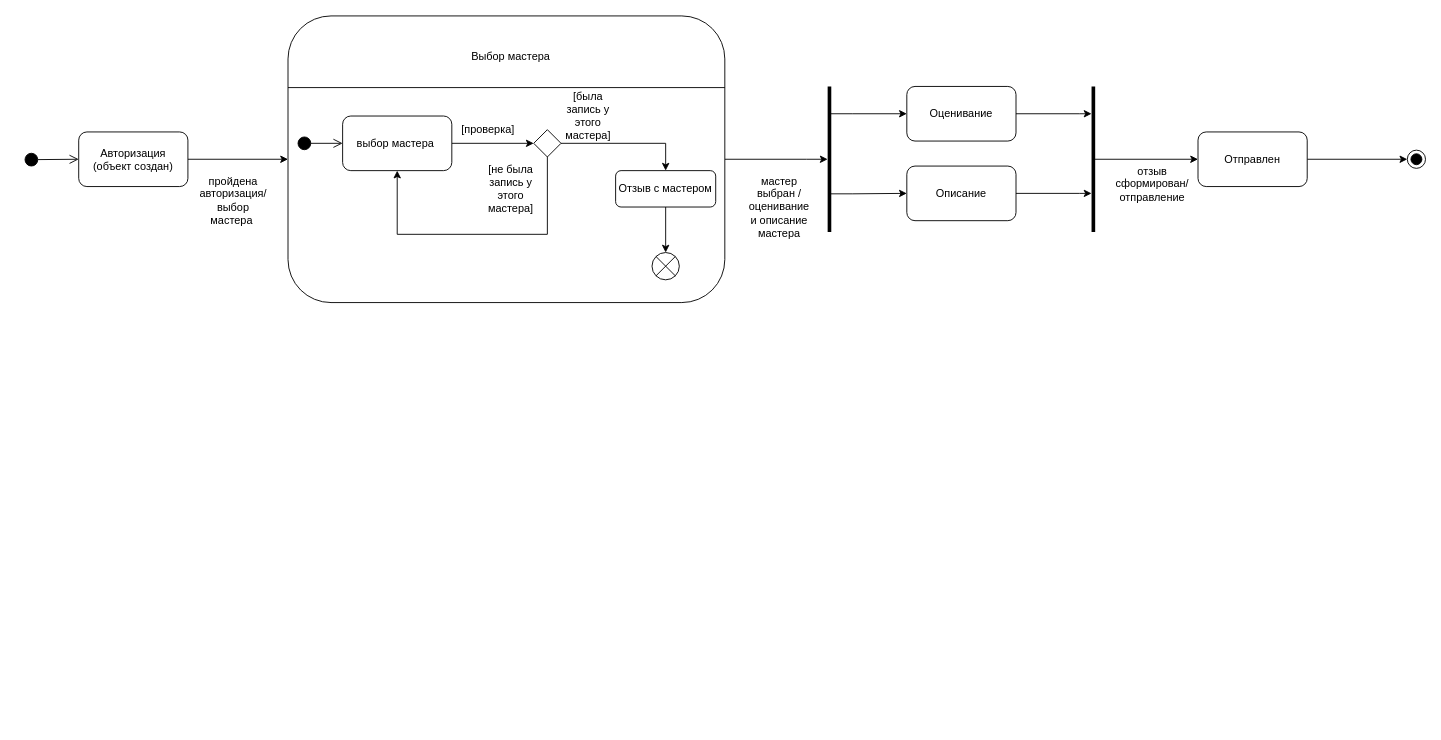
The draw.io diagram Диаграмма_состояний.drawio in Artvell3000/umlLab2, before the edit. Source tidied: cells renumbered, new cells numbered last; positions are measured from the earlier drawing's top-left corner, leaving out a move shared by most shapes. Both pictures are drawn from the tidied source at 91%, with x=0, y=0 at pixel (24, 15).
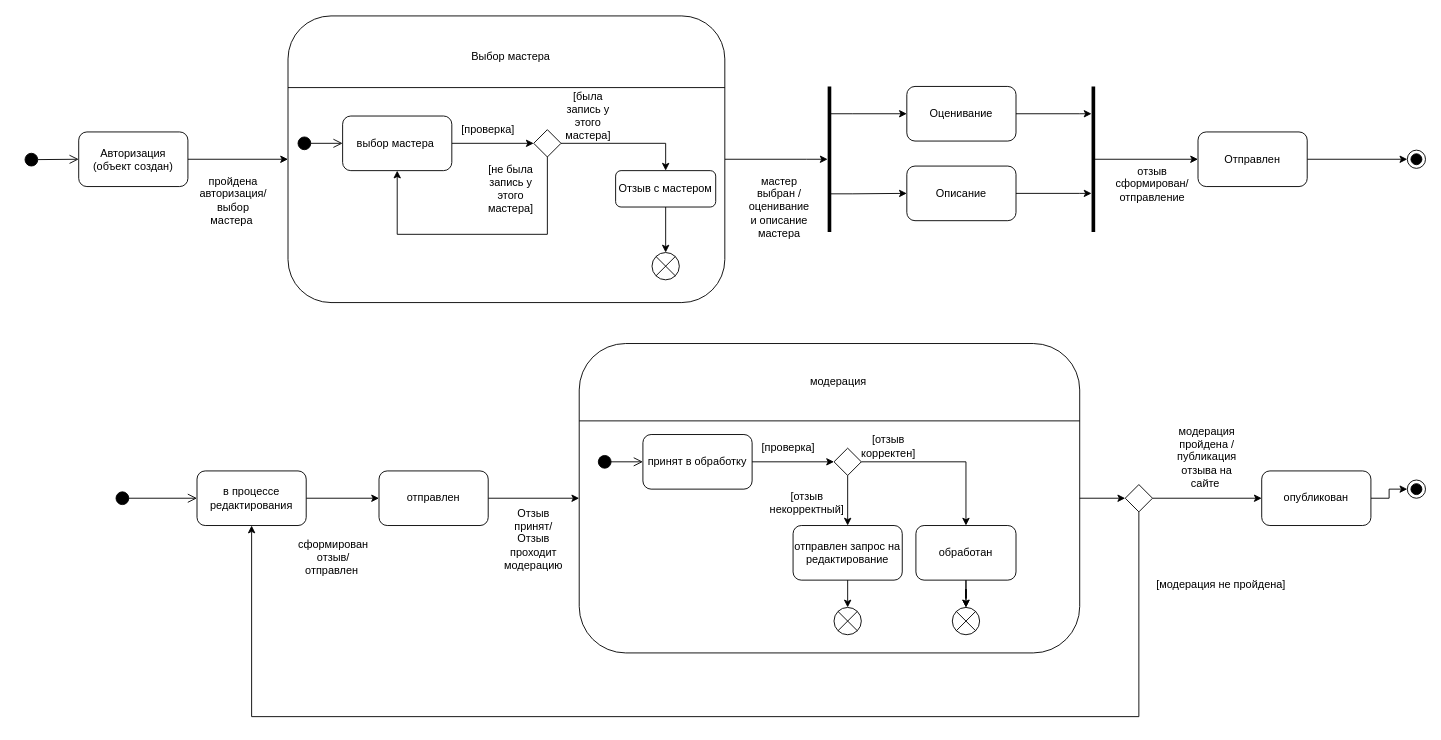
After the change.

What changed in the source:
```diff
@@
+    <mxCell id="36" style="html=1;verticalAlign=bottom;startArrow=circle;startFill=1;endArrow=open;startSize=6;endSize=8;curved=0;rounded=0;entryX=0;entryY=0.5;entryDx=0;entryDy=0;" parent="1" edge="1" target="44">
+      <mxGeometry relative="1" as="geometry">
+        <mxPoint x="100" y="530" as="sourcePoint" />
+      </mxGeometry>
+    </mxCell>
+    <mxCell id="37" style="ellipse;html=1;shape=endState;fillColor=#000000;strokeColor=#000000;" parent="1" vertex="1">
+      <mxGeometry x="1520" y="510" width="20" height="20" as="geometry" />
+    </mxCell>
+    <mxCell id="38" style="edgeStyle=orthogonalEdgeStyle;rounded=0;jettySize=auto;html=1;entryX=0;entryY=0.5;entryDx=0;entryDy=0;exitX=1;exitY=0.5;exitDx=0;exitDy=0;" parent="1" edge="1" source="70" target="42">
+      <mxGeometry relative="1" as="geometry" />
+    </mxCell>
+    <mxCell id="39" style="edgeStyle=orthogonalEdgeStyle;rounded=0;jettySize=auto;html=1;entryX=0;entryY=0.5;entryDx=0;entryDy=0;" parent="1" edge="1" source="40" target="49">
+      <mxGeometry relative="1" as="geometry" />
+    </mxCell>
+    <mxCell id="40" value="отправлен" style="rounded=1;whiteSpace=wrap;html=1;" parent="1" vertex="1">
+      <mxGeometry x="390" y="500" width="120" height="60" as="geometry" />
+    </mxCell>
+    <mxCell id="41" style="edgeStyle=orthogonalEdgeStyle;rounded=0;jettySize=auto;html=1;entryX=0;entryY=0.5;entryDx=0;entryDy=0;" parent="1" edge="1" source="42" target="37">
+      <mxGeometry relative="1" as="geometry" />
+    </mxCell>
+    <mxCell id="42" value="опубликован" style="rounded=1;whiteSpace=wrap;html=1;" parent="1" vertex="1">
+      <mxGeometry x="1360" y="500" width="120" height="60" as="geometry" />
+    </mxCell>
+    <mxCell id="43" style="edgeStyle=orthogonalEdgeStyle;rounded=0;jettySize=auto;html=1;entryX=0;entryY=0.5;entryDx=0;entryDy=0;" parent="1" edge="1" source="44" target="40">
+      <mxGeometry relative="1" as="geometry" />
+    </mxCell>
+    <mxCell id="44" value="в процессе редактирования" style="rounded=1;whiteSpace=wrap;html=1;" parent="1" vertex="1">
+      <mxGeometry x="190" y="500" width="120" height="60" as="geometry" />
+    </mxCell>
+    <mxCell id="45" value="сформирован отзыв/ отправлен&amp;nbsp;" style="text;html=1;strokeColor=none;fillColor=none;align=center;verticalAlign=middle;whiteSpace=wrap;rounded=0;" parent="1" vertex="1">
+      <mxGeometry x="310" y="580" width="60" height="30" as="geometry" />
+    </mxCell>
+    <mxCell id="46" value="Отзыв принят/ Отзыв проходит модерацию" style="text;html=1;strokeColor=none;fillColor=none;align=center;verticalAlign=middle;whiteSpace=wrap;rounded=0;" parent="1" vertex="1">
+      <mxGeometry x="530" y="560" width="60" height="30" as="geometry" />
+    </mxCell>
+    <mxCell id="47" value="модерация пройдена / публикация отзыва на сайте&amp;nbsp;" style="text;html=1;strokeColor=none;fillColor=none;align=center;verticalAlign=middle;whiteSpace=wrap;rounded=0;" parent="1" vertex="1">
+      <mxGeometry x="1270" y="470" width="60" height="30" as="geometry" />
+    </mxCell>
+    <mxCell id="48" style="group;" parent="1" vertex="1">
+      <mxGeometry x="610" y="360" width="550" height="340" as="geometry" />
+    </mxCell>
+    <mxCell id="49" style="rounded=1;whiteSpace=wrap;html=1;" parent="48" vertex="1">
+      <mxGeometry width="550" height="340" as="geometry" />
+    </mxCell>
+    <mxCell id="50" style="endArrow=none;html=1;rounded=0;exitX=0;exitY=0.25;exitDx=0;exitDy=0;entryX=1;entryY=0.25;entryDx=0;entryDy=0;" parent="48" edge="1" source="49" target="49">
+      <mxGeometry relative="1" as="geometry" />
+    </mxCell>
+    <mxCell id="51" value="модерация" style="text;html=1;strokeColor=none;fillColor=none;align=center;verticalAlign=middle;whiteSpace=wrap;rounded=0;" parent="48" vertex="1">
+      <mxGeometry x="220" y="27" width="130" height="30" as="geometry" />
+    </mxCell>
+    <mxCell id="52" value="принят в обработку" style="rounded=1;whiteSpace=wrap;html=1;" parent="48" vertex="1">
+      <mxGeometry x="70" y="100" width="120" height="60" as="geometry" />
+    </mxCell>
+    <mxCell id="53" style="html=1;verticalAlign=bottom;startArrow=circle;startFill=1;endArrow=open;startSize=6;endSize=8;curved=0;rounded=0;entryX=0;entryY=0.5;entryDx=0;entryDy=0;" parent="48" edge="1" target="52">
+      <mxGeometry relative="1" as="geometry">
+        <mxPoint x="20" y="130" as="sourcePoint" />
+      </mxGeometry>
+    </mxCell>
+    <mxCell id="54" style="rhombus;whiteSpace=wrap;html=1;" parent="48" vertex="1">
+      <mxGeometry x="280" y="115" width="30" height="30" as="geometry" />
+    </mxCell>
+    <mxCell id="55" style="edgeStyle=orthogonalEdgeStyle;rounded=0;jettySize=auto;html=1;entryX=0;entryY=0.5;entryDx=0;entryDy=0;" parent="48" edge="1" source="52" target="54">
+      <mxGeometry relative="1" as="geometry" />
+    </mxCell>
+    <mxCell id="56" style="verticalLabelPosition=bottom;verticalAlign=top;html=1;shape=mxgraph.flowchart.or;" parent="48" vertex="1">
+      <mxGeometry x="410" y="290" width="30" height="30" as="geometry" />
+    </mxCell>
+    <mxCell id="57" style="edgeStyle=orthogonalEdgeStyle;rounded=0;jettySize=auto;html=1;entryX=0.5;entryY=0;entryDx=0;entryDy=0;" parent="48" edge="1" source="54" target="61">
+      <mxGeometry relative="1" as="geometry" />
+    </mxCell>
+    <mxCell id="58" value="[проверка]" style="text;html=1;strokeColor=none;fillColor=none;align=center;verticalAlign=middle;whiteSpace=wrap;rounded=0;" parent="48" vertex="1">
+      <mxGeometry x="200" y="100" width="60" height="30" as="geometry" />
+    </mxCell>
+    <mxCell id="59" value="[отзыв корректен]" style="text;html=1;strokeColor=none;fillColor=none;align=center;verticalAlign=middle;whiteSpace=wrap;rounded=0;" parent="48" vertex="1">
+      <mxGeometry x="310" y="95" width="60" height="35" as="geometry" />
+    </mxCell>
+    <mxCell id="60" style="edgeStyle=orthogonalEdgeStyle;rounded=0;jettySize=auto;html=1;" parent="48" edge="1" source="61" target="56">
+      <mxGeometry relative="1" as="geometry" />
+    </mxCell>
+    <mxCell id="61" value="обработан" style="rounded=1;whiteSpace=wrap;html=1;" parent="48" vertex="1">
+      <mxGeometry x="370" y="200" width="110" height="60" as="geometry" />
+    </mxCell>
+    <mxCell id="62" style="edgeStyle=orthogonalEdgeStyle;rounded=0;jettySize=auto;html=1;entryX=0.5;entryY=0;entryDx=0;entryDy=0;entryPerimeter=0;" parent="48" edge="1" source="61" target="56">
+      <mxGeometry relative="1" as="geometry" />
+    </mxCell>
+    <mxCell id="63" value="[отзыв некорректный]" style="text;html=1;strokeColor=none;fillColor=none;align=center;verticalAlign=middle;whiteSpace=wrap;rounded=0;" parent="48" vertex="1">
+      <mxGeometry x="217.5" y="160" width="65" height="30" as="geometry" />
+    </mxCell>
+    <mxCell id="64" value="отправлен запрос на редактирование" style="rounded=1;whiteSpace=wrap;html=1;" parent="48" vertex="1">
+      <mxGeometry x="235" y="200" width="120" height="60" as="geometry" />
+    </mxCell>
+    <mxCell id="65" style="edgeStyle=orthogonalEdgeStyle;rounded=0;jettySize=auto;html=1;exitX=0.5;exitY=1;exitDx=0;exitDy=0;entryX=0.5;entryY=0;entryDx=0;entryDy=0;" parent="48" edge="1" source="54" target="64">
+      <mxGeometry relative="1" as="geometry" />
+    </mxCell>
+    <mxCell id="66" style="verticalLabelPosition=bottom;verticalAlign=top;html=1;shape=mxgraph.flowchart.or;" parent="48" vertex="1">
+      <mxGeometry x="280" y="290" width="30" height="30" as="geometry" />
+    </mxCell>
+    <mxCell id="67" style="edgeStyle=orthogonalEdgeStyle;rounded=0;jettySize=auto;html=1;exitX=0.5;exitY=1;exitDx=0;exitDy=0;entryX=0.5;entryY=0;entryDx=0;entryDy=0;entryPerimeter=0;" parent="48" edge="1" source="64" target="66">
+      <mxGeometry relative="1" as="geometry" />
+    </mxCell>
+    <mxCell id="68" style="edgeStyle=orthogonalEdgeStyle;rounded=0;jettySize=auto;html=1;exitX=0.5;exitY=1;exitDx=0;exitDy=0;entryX=0.5;entryY=1;entryDx=0;entryDy=0;" parent="1" edge="1" source="70" target="44">
+      <mxGeometry relative="1" as="geometry">
+        <Array as="points">
+          <mxPoint x="1225" y="770" />
+          <mxPoint x="250" y="770" />
+        </Array>
+      </mxGeometry>
+    </mxCell>
+    <mxCell id="69" value="[модерация не пройдена]" style="text;html=1;align=center;verticalAlign=middle;strokeColor=none;fillColor=none;" parent="1" vertex="1">
+      <mxGeometry x="1230" y="610" width="170" height="30" as="geometry" />
+    </mxCell>
+    <mxCell id="70" style="rhombus;whiteSpace=wrap;html=1;" parent="1" vertex="1">
+      <mxGeometry x="1210" y="515" width="30" height="30" as="geometry" />
+    </mxCell>
+    <mxCell id="71" style="edgeStyle=orthogonalEdgeStyle;rounded=0;jettySize=auto;html=1;exitX=1;exitY=0.5;exitDx=0;exitDy=0;entryX=0;entryY=0.5;entryDx=0;entryDy=0;" parent="1" edge="1" source="49" target="70">
+      <mxGeometry relative="1" as="geometry" />
+    </mxCell>
```
